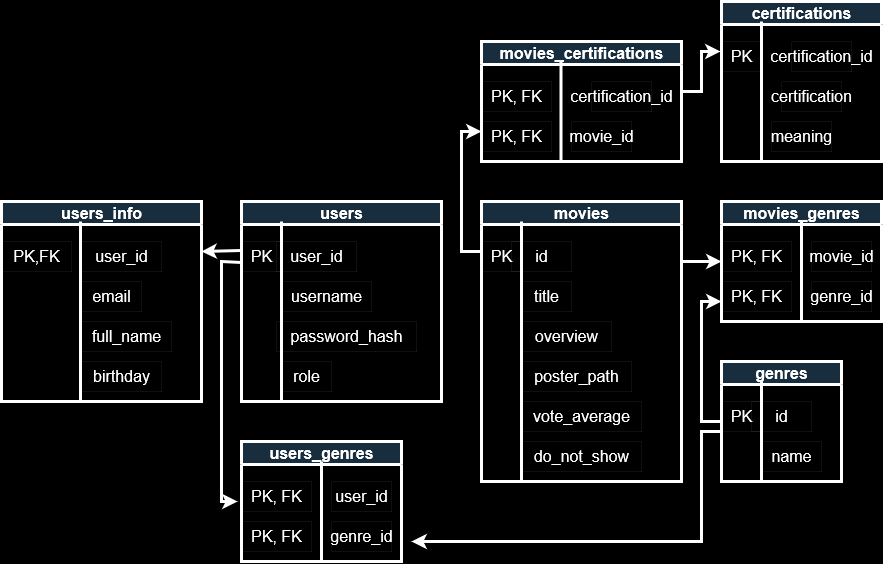
The draw.io diagram docs/WeWatchWhat.drawio.png in quinn-ochoa/movie-recommendations-app, before a commit. Source tidied: cells renumbered, new cells last; positions are measured from the earlier drawing's top-left corner, leaving out a move shared by most shapes. The source it was exported from:
```xml
<mxGraphModel background="#000000">
  <root>
    <mxCell id="0" />
    <mxCell id="1" parent="0" />
    <mxCell id="2" value="movies" style="swimlane;html=1;strokeColor=#FFFFFF;fontColor=#FFFFFF;fontSize=16;fillColor=#182E3E;strokeWidth=3;" parent="1" vertex="1">
      <mxGeometry x="480" y="200" width="200" height="280" as="geometry" />
    </mxCell>
    <mxCell id="3" value="PK " style="text;html=1;align=center;verticalAlign=middle;strokeColor=#FFFFFF;fontColor=#FFFFFF;fontSize=16;strokeWidth=0;" parent="2" vertex="1">
      <mxGeometry y="40" width="40" height="30" as="geometry" />
    </mxCell>
    <mxCell id="4" value="id" style="text;html=1;align=center;verticalAlign=middle;rounded=0;strokeColor=#FFFFFF;fontColor=#FFFFFF;fontSize=16;strokeWidth=0;" parent="2" vertex="1">
      <mxGeometry x="30" y="40" width="60" height="30" as="geometry" />
    </mxCell>
    <mxCell id="5" value="title" style="text;html=1;align=center;verticalAlign=middle;strokeColor=#FFFFFF;fontColor=#FFFFFF;fontSize=16;strokeWidth=0;" parent="2" vertex="1">
      <mxGeometry x="40" y="80" width="50" height="30" as="geometry" />
    </mxCell>
    <mxCell id="6" value="overview" style="text;html=1;align=center;verticalAlign=middle;strokeColor=#FFFFFF;fontColor=#FFFFFF;fontSize=16;strokeWidth=0;" parent="2" vertex="1">
      <mxGeometry x="40" y="120" width="90" height="30" as="geometry" />
    </mxCell>
    <mxCell id="7" value="vote_average" style="text;html=1;align=center;verticalAlign=middle;strokeColor=#FFFFFF;fontColor=#FFFFFF;fontSize=16;strokeWidth=0;" parent="2" vertex="1">
      <mxGeometry x="40" y="200" width="120" height="30" as="geometry" />
    </mxCell>
    <mxCell id="8" value="poster_path" style="text;html=1;align=center;verticalAlign=middle;strokeColor=#FFFFFF;fontColor=#FFFFFF;fontSize=16;strokeWidth=0;" parent="2" vertex="1">
      <mxGeometry x="40" y="160" width="110" height="30" as="geometry" />
    </mxCell>
    <mxCell id="9" value="do_not_show" style="text;html=1;align=center;verticalAlign=middle;strokeColor=#FFFFFF;fontColor=#FFFFFF;fontSize=16;strokeWidth=0;" parent="2" vertex="1">
      <mxGeometry x="40" y="240" width="120" height="30" as="geometry" />
    </mxCell>
    <mxCell id="10" style="endArrow=none;html=1;rounded=0;strokeColor=#FFFFFF;fontColor=#FFFFFF;fontSize=16;strokeWidth=3;" parent="1" edge="1">
      <mxGeometry relative="1" as="geometry">
        <mxPoint x="520" y="480" as="sourcePoint" />
        <mxPoint x="520" y="220" as="targetPoint" />
      </mxGeometry>
    </mxCell>
    <mxCell id="11" value="users" style="swimlane;html=1;strokeColor=#FFFFFF;fontColor=#FFFFFF;fontSize=16;fillColor=#182E3E;strokeWidth=3;" parent="1" vertex="1">
      <mxGeometry x="240" y="200" width="200" height="200" as="geometry" />
    </mxCell>
    <mxCell id="12" value="PK" style="text;html=1;align=center;verticalAlign=middle;points=[];strokeColor=#FFFFFF;fontColor=#FFFFFF;fontSize=16;strokeWidth=0;" parent="11" vertex="1">
      <mxGeometry y="40" width="40" height="30" as="geometry" />
    </mxCell>
    <mxCell id="13" value="user_id" style="text;html=1;align=center;verticalAlign=middle;strokeColor=#FFFFFF;fontColor=#FFFFFF;fontSize=16;strokeWidth=0;" parent="11" vertex="1">
      <mxGeometry x="35" y="40" width="80" height="30" as="geometry" />
    </mxCell>
    <mxCell id="14" value="username" style="text;html=1;align=center;verticalAlign=middle;strokeColor=#FFFFFF;fontColor=#FFFFFF;fontSize=16;strokeWidth=0;" parent="11" vertex="1">
      <mxGeometry x="40" y="80" width="90" height="30" as="geometry" />
    </mxCell>
    <mxCell id="15" value="password_hash" style="text;html=1;align=center;verticalAlign=middle;strokeColor=#FFFFFF;fontColor=#FFFFFF;fontSize=16;strokeWidth=0;" parent="11" vertex="1">
      <mxGeometry x="35" y="120" width="140" height="30" as="geometry" />
    </mxCell>
    <mxCell id="16" value="role" style="text;html=1;align=center;verticalAlign=middle;strokeColor=#FFFFFF;fontColor=#FFFFFF;fontSize=16;strokeWidth=0;" parent="11" vertex="1">
      <mxGeometry x="40" y="160" width="50" height="30" as="geometry" />
    </mxCell>
    <mxCell id="17" style="endArrow=none;html=1;rounded=0;strokeColor=#FFFFFF;fontColor=#FFFFFF;fontSize=16;strokeWidth=3;" parent="1" edge="1">
      <mxGeometry relative="1" as="geometry">
        <mxPoint x="280" y="400" as="sourcePoint" />
        <mxPoint x="280" y="220" as="targetPoint" />
      </mxGeometry>
    </mxCell>
    <mxCell id="18" value="movies_genres" style="swimlane;html=1;strokeColor=#FFFFFF;fontColor=#FFFFFF;fontSize=16;fillColor=#182E3E;strokeWidth=3;" parent="1" vertex="1">
      <mxGeometry x="720" y="200" width="160" height="120" as="geometry" />
    </mxCell>
    <mxCell id="19" value="&lt;div&gt;PK, FK &lt;/div&gt;" style="text;html=1;align=center;verticalAlign=middle;strokeColor=#FFFFFF;fontColor=#FFFFFF;fontSize=16;strokeWidth=0;" parent="18" vertex="1">
      <mxGeometry y="40" width="70" height="30" as="geometry" />
    </mxCell>
    <mxCell id="20" value="movie_id" style="text;html=1;align=center;verticalAlign=middle;rounded=0;strokeColor=#FFFFFF;fontColor=#FFFFFF;fontSize=16;strokeWidth=0;" parent="18" vertex="1">
      <mxGeometry x="90" y="40" width="60" height="30" as="geometry" />
    </mxCell>
    <mxCell id="21" value="&lt;div&gt;PK, FK &lt;/div&gt;" style="text;html=1;align=center;verticalAlign=middle;strokeColor=#FFFFFF;fontColor=#FFFFFF;fontSize=16;strokeWidth=0;" parent="18" vertex="1">
      <mxGeometry y="80" width="70" height="30" as="geometry" />
    </mxCell>
    <mxCell id="22" value="genre_id" style="text;html=1;align=center;verticalAlign=middle;rounded=0;strokeColor=#FFFFFF;fontColor=#FFFFFF;fontSize=16;strokeWidth=0;" parent="18" vertex="1">
      <mxGeometry x="90" y="80" width="60" height="30" as="geometry" />
    </mxCell>
    <mxCell id="23" style="endArrow=none;html=1;rounded=0;strokeColor=#FFFFFF;fontColor=#FFFFFF;fontSize=16;strokeWidth=3;" parent="1" edge="1">
      <mxGeometry relative="1" as="geometry">
        <mxPoint x="800" y="320" as="sourcePoint" />
        <mxPoint x="800" y="220" as="targetPoint" />
      </mxGeometry>
    </mxCell>
    <mxCell id="24" value="genres" style="swimlane;html=1;strokeColor=#FFFFFF;fontColor=#FFFFFF;fontSize=16;fillColor=#182E3E;strokeWidth=3;" parent="1" vertex="1">
      <mxGeometry x="720" y="360" width="120" height="120" as="geometry" />
    </mxCell>
    <mxCell id="25" value="&lt;div&gt;PK&lt;br&gt;&lt;/div&gt;" style="text;html=1;align=center;verticalAlign=middle;strokeColor=#FFFFFF;fontColor=#FFFFFF;fontSize=16;strokeWidth=0;" parent="24" vertex="1">
      <mxGeometry y="40" width="40" height="30" as="geometry" />
    </mxCell>
    <mxCell id="26" value="id" style="text;html=1;align=center;verticalAlign=middle;rounded=0;strokeColor=#FFFFFF;fontColor=#FFFFFF;fontSize=16;strokeWidth=0;" parent="24" vertex="1">
      <mxGeometry x="30" y="40" width="60" height="30" as="geometry" />
    </mxCell>
    <mxCell id="27" value="name" style="text;html=1;align=center;verticalAlign=middle;rounded=0;strokeColor=#FFFFFF;fontColor=#FFFFFF;fontSize=16;strokeWidth=0;" parent="24" vertex="1">
      <mxGeometry x="40" y="80" width="60" height="30" as="geometry" />
    </mxCell>
    <mxCell id="28" style="endArrow=none;html=1;rounded=0;strokeColor=#FFFFFF;fontColor=#FFFFFF;fontSize=16;strokeWidth=3;" parent="24" edge="1">
      <mxGeometry relative="1" as="geometry">
        <mxPoint x="40" y="120" as="sourcePoint" />
        <mxPoint x="40" y="20" as="targetPoint" />
      </mxGeometry>
    </mxCell>
    <mxCell id="29" style="endArrow=classic;html=1;rounded=0;strokeColor=#FFFFFF;strokeWidth=3;entryX=0;entryY=0.5;entryDx=0;entryDy=0;" parent="1" edge="1" target="18">
      <mxGeometry relative="1" as="geometry">
        <mxPoint x="680" y="260" as="sourcePoint" />
      </mxGeometry>
    </mxCell>
    <mxCell id="30" style="endArrow=classic;html=1;rounded=0;strokeColor=#FFFFFF;strokeWidth=3;exitX=0;exitY=0.5;exitDx=0;exitDy=0;" parent="1" edge="1" source="24">
      <mxGeometry relative="1" as="geometry">
        <mxPoint x="720" y="300" as="targetPoint" />
        <Array as="points">
          <mxPoint x="700" y="420" />
          <mxPoint x="700" y="300" />
        </Array>
      </mxGeometry>
    </mxCell>
    <mxCell id="31" value="users_genres" style="swimlane;html=1;strokeColor=#FFFFFF;fontColor=#FFFFFF;fontSize=16;fillColor=#182E3E;strokeWidth=3;" parent="1" vertex="1">
      <mxGeometry x="240" y="440" width="160" height="120" as="geometry" />
    </mxCell>
    <mxCell id="32" value="&lt;div&gt;PK, FK &lt;/div&gt;" style="text;html=1;align=center;verticalAlign=middle;points=[];strokeColor=#FFFFFF;fontColor=#FFFFFF;fontSize=16;strokeWidth=0;" parent="31" vertex="1">
      <mxGeometry y="40" width="70" height="30" as="geometry" />
    </mxCell>
    <mxCell id="33" value="user_id" style="text;html=1;align=center;verticalAlign=middle;rounded=0;strokeColor=#FFFFFF;fontColor=#FFFFFF;fontSize=16;strokeWidth=0;" parent="31" vertex="1">
      <mxGeometry x="90" y="40" width="60" height="30" as="geometry" />
    </mxCell>
    <mxCell id="34" value="&lt;div&gt;PK, FK &lt;/div&gt;" style="text;html=1;align=center;verticalAlign=middle;strokeColor=#FFFFFF;fontColor=#FFFFFF;fontSize=16;strokeWidth=0;" parent="31" vertex="1">
      <mxGeometry y="80" width="70" height="30" as="geometry" />
    </mxCell>
    <mxCell id="35" value="genre_id" style="text;html=1;align=center;verticalAlign=middle;rounded=0;strokeColor=#FFFFFF;fontColor=#FFFFFF;fontSize=16;strokeWidth=0;" parent="31" vertex="1">
      <mxGeometry x="90" y="80" width="60" height="30" as="geometry" />
    </mxCell>
    <mxCell id="36" style="endArrow=none;html=1;rounded=0;strokeColor=#FFFFFF;fontColor=#FFFFFF;fontSize=16;strokeWidth=3;" parent="1" edge="1">
      <mxGeometry relative="1" as="geometry">
        <mxPoint x="320" y="560" as="sourcePoint" />
        <mxPoint x="320" y="460" as="targetPoint" />
      </mxGeometry>
    </mxCell>
    <mxCell id="37" style="endArrow=classic;html=1;rounded=0;strokeColor=#FFFFFF;strokeWidth=3;entryX=-0.057;entryY=0.667;entryDx=0;entryDy=0;exitX=0;exitY=0.7;exitDx=0;exitDy=0;exitPerimeter=0;entryPerimeter=0;" parent="1" edge="1" source="12" target="32">
      <mxGeometry relative="1" as="geometry">
        <Array as="points">
          <mxPoint x="220" y="260" />
          <mxPoint x="220" y="500" />
        </Array>
      </mxGeometry>
    </mxCell>
    <mxCell id="38" style="endArrow=classic;html=1;rounded=0;strokeColor=#FFFFFF;strokeWidth=3;" parent="1" edge="1">
      <mxGeometry relative="1" as="geometry">
        <mxPoint x="720" y="430" as="sourcePoint" />
        <mxPoint x="410" y="540" as="targetPoint" />
        <Array as="points">
          <mxPoint x="700" y="430" />
          <mxPoint x="700" y="540" />
        </Array>
      </mxGeometry>
    </mxCell>
    <mxCell id="39" value="users_info" style="swimlane;html=1;strokeColor=#FFFFFF;fontColor=#FFFFFF;fontSize=16;fillColor=#182E3E;strokeWidth=3;" parent="1" vertex="1">
      <mxGeometry y="200" width="200" height="200" as="geometry" />
    </mxCell>
    <mxCell id="40" value="PK,FK" style="text;html=1;align=center;verticalAlign=middle;strokeColor=#FFFFFF;fontColor=#FFFFFF;fontSize=16;strokeWidth=0;" parent="39" vertex="1">
      <mxGeometry y="40" width="70" height="30" as="geometry" />
    </mxCell>
    <mxCell id="41" value="user_id" style="text;html=1;align=center;verticalAlign=middle;strokeColor=#FFFFFF;fontColor=#FFFFFF;fontSize=16;strokeWidth=0;" parent="39" vertex="1">
      <mxGeometry x="80" y="40" width="80" height="30" as="geometry" />
    </mxCell>
    <mxCell id="42" value="email" style="text;html=1;align=center;verticalAlign=middle;strokeColor=#FFFFFF;fontColor=#FFFFFF;fontSize=16;strokeWidth=0;" parent="39" vertex="1">
      <mxGeometry x="80" y="80" width="60" height="30" as="geometry" />
    </mxCell>
    <mxCell id="43" value="full_name" style="text;html=1;align=center;verticalAlign=middle;strokeColor=#FFFFFF;fontColor=#FFFFFF;fontSize=16;strokeWidth=0;" parent="39" vertex="1">
      <mxGeometry x="80" y="120" width="90" height="30" as="geometry" />
    </mxCell>
    <mxCell id="44" value="birthday" style="text;html=1;align=center;verticalAlign=middle;strokeColor=#FFFFFF;fontColor=#FFFFFF;fontSize=16;strokeWidth=0;" parent="39" vertex="1">
      <mxGeometry x="80" y="160" width="80" height="30" as="geometry" />
    </mxCell>
    <mxCell id="45" style="endArrow=none;html=1;rounded=0;strokeColor=#FFFFFF;fontColor=#FFFFFF;fontSize=16;strokeWidth=3;" parent="39" edge="1">
      <mxGeometry relative="1" as="geometry">
        <mxPoint x="79" y="200" as="sourcePoint" />
        <mxPoint x="79" y="20" as="targetPoint" />
      </mxGeometry>
    </mxCell>
    <mxCell id="46" style="endArrow=classic;html=1;rounded=0;strokeColor=#FFFFFF;strokeWidth=3;exitX=0;exitY=0.3;exitDx=0;exitDy=0;exitPerimeter=0;entryX=1;entryY=0.25;entryDx=0;entryDy=0;" parent="1" edge="1" source="12" target="39">
      <mxGeometry relative="1" as="geometry" />
    </mxCell>
    <mxCell id="47" value="certifications" style="swimlane;html=1;strokeColor=#FFFFFF;fontColor=#FFFFFF;fontSize=16;fillColor=#182E3E;strokeWidth=3;" parent="1" vertex="1">
      <mxGeometry x="720" width="160" height="160" as="geometry" />
    </mxCell>
    <mxCell id="48" value="&lt;div&gt;PK&lt;br&gt;&lt;/div&gt;" style="text;html=1;align=center;verticalAlign=middle;points=[];strokeColor=#FFFFFF;fontColor=#FFFFFF;fontSize=16;strokeWidth=0;" parent="47" vertex="1">
      <mxGeometry y="40" width="40" height="30" as="geometry" />
    </mxCell>
    <mxCell id="49" value="certification_id" style="text;html=1;align=center;verticalAlign=middle;rounded=0;strokeColor=#FFFFFF;fontColor=#FFFFFF;fontSize=16;strokeWidth=0;" parent="47" vertex="1">
      <mxGeometry x="70" y="40" width="60" height="30" as="geometry" />
    </mxCell>
    <mxCell id="50" style="endArrow=none;html=1;rounded=0;strokeColor=#FFFFFF;fontColor=#FFFFFF;fontSize=16;strokeWidth=3;" parent="47" edge="1">
      <mxGeometry relative="1" as="geometry">
        <mxPoint x="40" y="160" as="sourcePoint" />
        <mxPoint x="40" y="20" as="targetPoint" />
      </mxGeometry>
    </mxCell>
    <mxCell id="51" value="certification" style="text;html=1;align=center;verticalAlign=middle;rounded=0;strokeColor=#FFFFFF;fontColor=#FFFFFF;fontSize=16;strokeWidth=0;" parent="47" vertex="1">
      <mxGeometry x="60" y="80" width="60" height="30" as="geometry" />
    </mxCell>
    <mxCell id="52" value="meaning" style="text;html=1;align=center;verticalAlign=middle;rounded=0;strokeColor=#FFFFFF;fontColor=#FFFFFF;fontSize=16;strokeWidth=0;" parent="47" vertex="1">
      <mxGeometry x="50" y="120" width="60" height="30" as="geometry" />
    </mxCell>
    <mxCell id="53" value="movies_certifications" style="swimlane;html=1;strokeColor=#FFFFFF;fontColor=#FFFFFF;fontSize=16;fillColor=#182E3E;strokeWidth=3;" parent="1" vertex="1">
      <mxGeometry x="480" y="40" width="200" height="120" as="geometry" />
    </mxCell>
    <mxCell id="54" value="&lt;div&gt;PK, FK &lt;/div&gt;" style="text;html=1;align=center;verticalAlign=middle;strokeColor=#FFFFFF;fontColor=#FFFFFF;fontSize=16;strokeWidth=0;" parent="53" vertex="1">
      <mxGeometry y="40" width="70" height="30" as="geometry" />
    </mxCell>
    <mxCell id="55" value="certification_id" style="text;html=1;align=center;verticalAlign=middle;rounded=0;strokeColor=#FFFFFF;fontColor=#FFFFFF;fontSize=16;strokeWidth=0;" parent="53" vertex="1">
      <mxGeometry x="110" y="40" width="60" height="30" as="geometry" />
    </mxCell>
    <mxCell id="56" value="&lt;div&gt;PK, FK &lt;/div&gt;" style="text;html=1;align=center;verticalAlign=middle;strokeColor=#FFFFFF;fontColor=#FFFFFF;fontSize=16;strokeWidth=0;" parent="53" vertex="1">
      <mxGeometry y="80" width="70" height="30" as="geometry" />
    </mxCell>
    <mxCell id="57" value="movie_id" style="text;html=1;align=center;verticalAlign=middle;rounded=0;strokeColor=#FFFFFF;fontColor=#FFFFFF;fontSize=16;strokeWidth=0;" parent="53" vertex="1">
      <mxGeometry x="90" y="80" width="60" height="30" as="geometry" />
    </mxCell>
    <mxCell id="58" style="endArrow=none;html=1;rounded=0;strokeColor=#FFFFFF;fontColor=#FFFFFF;fontSize=16;strokeWidth=3;" parent="53" edge="1">
      <mxGeometry relative="1" as="geometry">
        <mxPoint x="79.5" y="120" as="sourcePoint" />
        <mxPoint x="79.5" y="20" as="targetPoint" />
      </mxGeometry>
    </mxCell>
    <mxCell id="59" style="endArrow=classic;html=1;rounded=0;strokeColor=#FFFFFF;strokeWidth=3;exitX=0;exitY=0.5;exitDx=0;exitDy=0;" parent="1" edge="1">
      <mxGeometry relative="1" as="geometry">
        <mxPoint x="480" y="250" as="sourcePoint" />
        <mxPoint x="480" y="130" as="targetPoint" />
        <Array as="points">
          <mxPoint x="460" y="250" />
          <mxPoint x="460" y="130" />
        </Array>
      </mxGeometry>
    </mxCell>
    <mxCell id="60" style="endArrow=classic;html=1;rounded=0;strokeColor=#FFFFFF;strokeWidth=3;entryX=-0.025;entryY=0.333;entryDx=0;entryDy=0;entryPerimeter=0;" parent="1" edge="1" target="48">
      <mxGeometry relative="1" as="geometry">
        <mxPoint x="680" y="90" as="sourcePoint" />
        <Array as="points">
          <mxPoint x="700" y="90" />
          <mxPoint x="700" y="50" />
        </Array>
      </mxGeometry>
    </mxCell>
  </root>
</mxGraphModel>
```
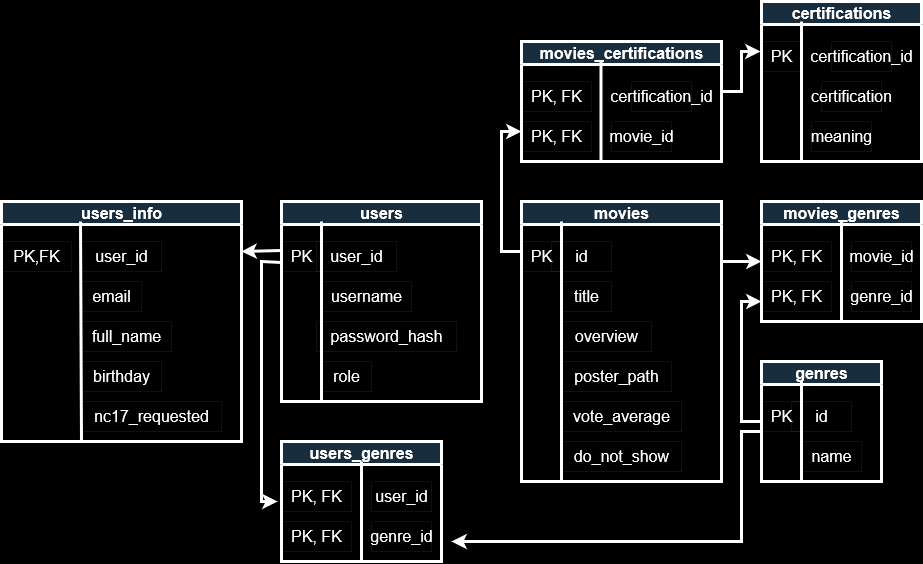
Above is the later version.

Diff of the diagram source:
```diff
@@ -149,7 +149,7 @@
       </mxGeometry>
     </mxCell>
     <mxCell id="39" value="users_info" style="swimlane;html=1;strokeColor=#FFFFFF;fontColor=#FFFFFF;fontSize=16;fillColor=#182E3E;strokeWidth=3;" parent="1" vertex="1">
-      <mxGeometry y="200" width="200" height="200" as="geometry" />
+      <mxGeometry x="-40" y="200" width="240" height="240" as="geometry" />
     </mxCell>
     <mxCell id="40" value="PK,FK" style="text;html=1;align=center;verticalAlign=middle;strokeColor=#FFFFFF;fontColor=#FFFFFF;fontSize=16;strokeWidth=0;" parent="39" vertex="1">
       <mxGeometry y="40" width="70" height="30" as="geometry" />
@@ -168,12 +168,17 @@
     </mxCell>
     <mxCell id="45" style="endArrow=none;html=1;rounded=0;strokeColor=#FFFFFF;fontColor=#FFFFFF;fontSize=16;strokeWidth=3;" parent="39" edge="1">
       <mxGeometry relative="1" as="geometry">
-        <mxPoint x="79" y="200" as="sourcePoint" />
+        <mxPoint x="80" y="240" as="sourcePoint" />
         <mxPoint x="79" y="20" as="targetPoint" />
       </mxGeometry>
     </mxCell>
+    <mxCell id="61" value="nc17_requested" style="text;html=1;align=center;verticalAlign=middle;strokeColor=#FFFFFF;fontColor=#FFFFFF;fontSize=16;strokeWidth=0;" parent="39" vertex="1">
+      <mxGeometry x="80" y="200" width="140" height="30" as="geometry" />
+    </mxCell>
-    <mxCell id="46" style="endArrow=classic;html=1;rounded=0;strokeColor=#FFFFFF;strokeWidth=3;exitX=0;exitY=0.3;exitDx=0;exitDy=0;exitPerimeter=0;entryX=1;entryY=0.25;entryDx=0;entryDy=0;" parent="1" edge="1" source="12" target="39">
-      <mxGeometry relative="1" as="geometry" />
+    <mxCell id="46" style="endArrow=classic;html=1;rounded=0;strokeColor=#FFFFFF;strokeWidth=3;exitX=0;exitY=0.3;exitDx=0;exitDy=0;exitPerimeter=0;" parent="1" edge="1" source="12">
+      <mxGeometry relative="1" as="geometry">
+        <mxPoint x="200" y="250" as="targetPoint" />
+      </mxGeometry>
     </mxCell>
     <mxCell id="47" value="certifications" style="swimlane;html=1;strokeColor=#FFFFFF;fontColor=#FFFFFF;fontSize=16;fillColor=#182E3E;strokeWidth=3;" parent="1" vertex="1">
       <mxGeometry x="720" width="160" height="160" as="geometry" />
```
